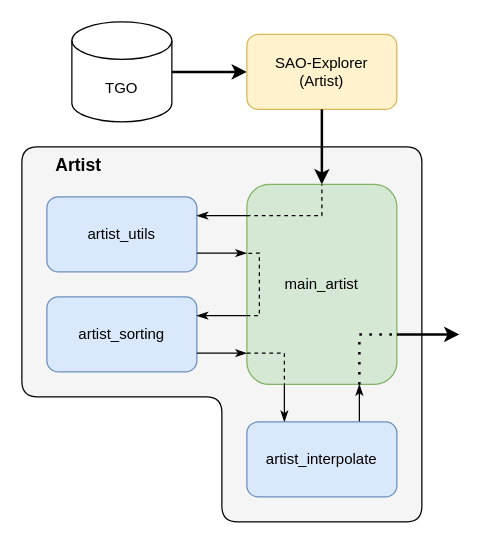
Above: page "Artist Processing" (4 of 5) of Software_Architecture.drawio in Kian0902/Masters_Project (draw.io), before the change. Source tidied: cells renumbered, new cells numbered last; positions are measured from the earlier drawing's top-left corner, leaving out a move shared by most shapes. Both pictures are drawn from the tidied source at 125%, with x=0, y=0 at pixel (21, 21).
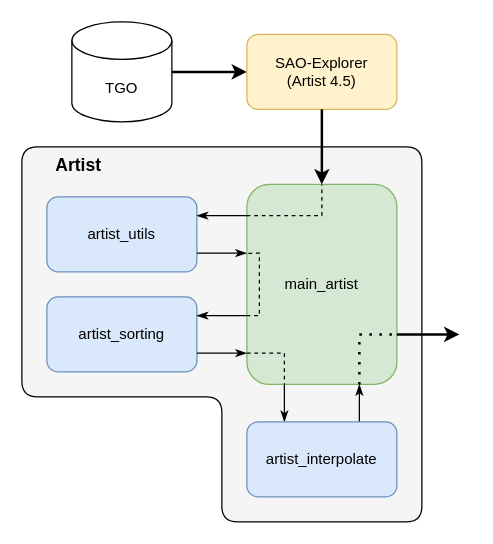
The same diagram, later.

What changed in the source:
```diff
@@
-    <mxCell id="5" value="SAO-Explorer&lt;div&gt;(Artist)&lt;/div&gt;" style="rounded=1;whiteSpace=wrap;html=1;fillColor=#fff2cc;strokeColor=#d6b656;" parent="1" vertex="1">
+    <mxCell id="5" value="SAO-Explorer&lt;div&gt;(Artist 4.5)&lt;/div&gt;" style="rounded=1;whiteSpace=wrap;html=1;fillColor=#fff2cc;strokeColor=#d6b656;" parent="1" vertex="1">
       <mxGeometry x="180" y="10" width="120" height="60" as="geometry" />
     </mxCell>
```
